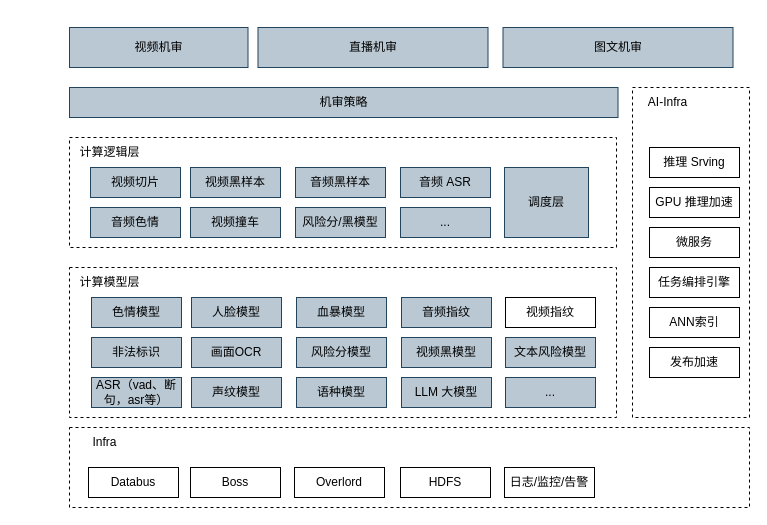
johnsondeng/drawio keeps this draw.io diagram as 机审架构抽象.drawio. Above is the earlier version. Source tidied: cells renumbered, new cells numbered last; positions are measured from the earlier drawing's top-left corner, leaving out a move shared by most shapes. Both pictures are drawn from the tidied source at 100%, with x=0, y=0 at pixel (69, 27).
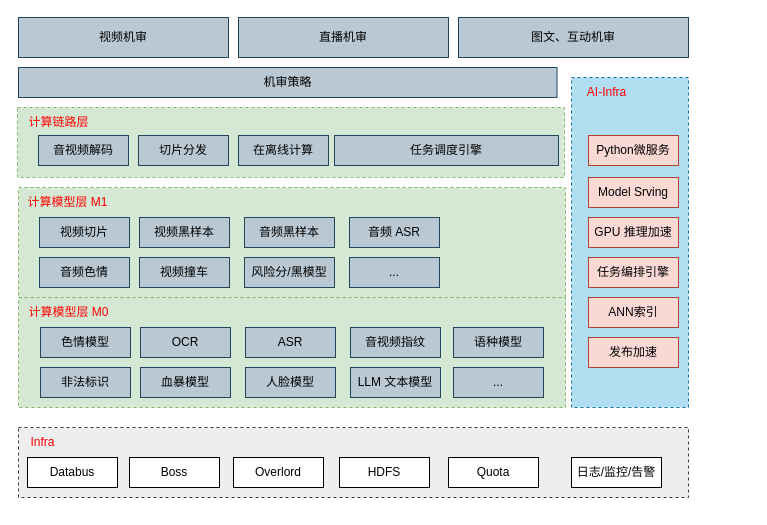
After the change.

Commit message:
更新机审架构抽象.drawio

Diff of the diagram source:
```diff
@@
+    <mxCell id="49" style="rounded=0;whiteSpace=wrap;html=1;dashed=1;fillColor=#d5e8d4;strokeColor=#82b366;" parent="1" vertex="1">
+      <mxGeometry x="-52" y="80" width="547" height="70" as="geometry" />
+    </mxCell>
-    <mxCell id="2" style="rounded=0;whiteSpace=wrap;html=1;dashed=1;" parent="1" vertex="1">
-      <mxGeometry x="563" y="60" width="117" height="330" as="geometry" />
+    <mxCell id="2" style="rounded=0;whiteSpace=wrap;html=1;dashed=1;fillColor=#b1ddf0;strokeColor=#10739e;" parent="1" vertex="1">
+      <mxGeometry x="502" y="50" width="117" height="330" as="geometry" />
     </mxCell>
-    <mxCell id="3" style="rounded=0;whiteSpace=wrap;html=1;dashed=1;" parent="1" vertex="1">
-      <mxGeometry y="110" width="547" height="110" as="geometry" />
+    <mxCell id="3" style="rounded=0;whiteSpace=wrap;html=1;dashed=1;labelBackgroundColor=default;fillColor=#d5e8d4;strokeColor=#82b366;" parent="1" vertex="1">
+      <mxGeometry x="-51" y="160" width="547" height="110" as="geometry" />
     </mxCell>
-    <mxCell id="4" style="rounded=0;whiteSpace=wrap;html=1;dashed=1;" parent="1" vertex="1">
-      <mxGeometry y="240" width="547" height="150" as="geometry" />
+    <mxCell id="4" style="rounded=0;whiteSpace=wrap;html=1;dashed=1;labelBackgroundColor=default;fillColor=#d5e8d4;strokeColor=#82b366;" parent="1" vertex="1">
+      <mxGeometry x="-51" y="270" width="547" height="110" as="geometry" />
     </mxCell>
-    <mxCell id="5" style="rounded=0;whiteSpace=wrap;html=1;dashed=1;" parent="1" vertex="1">
-      <mxGeometry y="400" width="680" height="80" as="geometry" />
+    <mxCell id="5" style="rounded=0;whiteSpace=wrap;html=1;dashed=1;fillColor=#eeeeee;strokeColor=#36393d;" parent="1" vertex="1">
+      <mxGeometry x="-51" y="400" width="670" height="70" as="geometry" />
     </mxCell>
     <mxCell id="6" value="视频机审" style="rounded=0;whiteSpace=wrap;html=1;fillColor=#bac8d3;strokeColor=#23445d;" parent="1" vertex="1">
-      <mxGeometry width="178.5" height="40" as="geometry" />
+      <mxGeometry x="-51" y="-10" width="210" height="40" as="geometry" />
     </mxCell>
     <mxCell id="7" value="直播机审" style="rounded=0;whiteSpace=wrap;html=1;fillColor=#bac8d3;strokeColor=#23445d;" parent="1" vertex="1">
-      <mxGeometry x="188.5" width="230" height="40" as="geometry" />
+      <mxGeometry x="169" y="-10" width="210" height="40" as="geometry" />
     </mxCell>
-    <mxCell id="8" value="图文机审" style="rounded=0;whiteSpace=wrap;html=1;fillColor=#bac8d3;strokeColor=#23445d;" parent="1" vertex="1">
-      <mxGeometry x="433.5" width="230" height="40" as="geometry" />
+    <mxCell id="8" value="图文、互动机审" style="rounded=0;whiteSpace=wrap;html=1;fillColor=#bac8d3;strokeColor=#23445d;" parent="1" vertex="1">
+      <mxGeometry x="389" y="-10" width="230" height="40" as="geometry" />
     </mxCell>
     <mxCell id="9" value="视频切片" style="rounded=0;whiteSpace=wrap;html=1;fillColor=#bac8d3;strokeColor=#23445d;" parent="1" vertex="1">
-      <mxGeometry x="21" y="140" width="90" height="30" as="geometry" />
+      <mxGeometry x="-30" y="190" width="90" height="30" as="geometry" />
     </mxCell>
     <mxCell id="10" value="视频黑样本" style="rounded=0;whiteSpace=wrap;html=1;fillColor=#bac8d3;strokeColor=#23445d;" parent="1" vertex="1">
-      <mxGeometry x="121" y="140" width="90" height="30" as="geometry" />
+      <mxGeometry x="70" y="190" width="90" height="30" as="geometry" />
     </mxCell>
     <mxCell id="11" value="音频黑样本" style="rounded=0;whiteSpace=wrap;html=1;fillColor=#bac8d3;strokeColor=#23445d;" parent="1" vertex="1">
-      <mxGeometry x="226" y="140" width="90" height="30" as="geometry" />
+      <mxGeometry x="175" y="190" width="90" height="30" as="geometry" />
     </mxCell>
     <mxCell id="12" value="音频 ASR" style="rounded=0;whiteSpace=wrap;html=1;fillColor=#bac8d3;strokeColor=#23445d;" parent="1" vertex="1">
-      <mxGeometry x="331" y="140" width="90" height="30" as="geometry" />
+      <mxGeometry x="280" y="190" width="90" height="30" as="geometry" />
     </mxCell>
     <mxCell id="13" value="音频色情" style="rounded=0;whiteSpace=wrap;html=1;fillColor=#bac8d3;strokeColor=#23445d;" parent="1" vertex="1">
-      <mxGeometry x="21" y="180" width="90" height="30" as="geometry" />
+      <mxGeometry x="-30" y="230" width="90" height="30" as="geometry" />
     </mxCell>
     <mxCell id="14" value="视频撞车" style="rounded=0;whiteSpace=wrap;html=1;fillColor=#bac8d3;strokeColor=#23445d;" parent="1" vertex="1">
-      <mxGeometry x="121" y="180" width="90" height="30" as="geometry" />
+      <mxGeometry x="70" y="230" width="90" height="30" as="geometry" />
     </mxCell>
     <mxCell id="15" value="风险分/黑模型" style="rounded=0;whiteSpace=wrap;html=1;fillColor=#bac8d3;strokeColor=#23445d;" parent="1" vertex="1">
-      <mxGeometry x="226" y="180" width="90" height="30" as="geometry" />
+      <mxGeometry x="175" y="230" width="90" height="30" as="geometry" />
     </mxCell>
     <mxCell id="16" value="机审策略" style="rounded=0;whiteSpace=wrap;html=1;fillColor=#bac8d3;strokeColor=#23445d;" parent="1" vertex="1">
-      <mxGeometry y="60" width="548.5" height="30" as="geometry" />
+      <mxGeometry x="-51" y="40" width="538.5" height="30" as="geometry" />
     </mxCell>
     <mxCell id="17" value="色情模型" style="rounded=0;whiteSpace=wrap;html=1;fillColor=#bac8d3;strokeColor=#23445d;" parent="1" vertex="1">
-      <mxGeometry x="22" y="270" width="90" height="30" as="geometry" />
+      <mxGeometry x="-29" y="300" width="90" height="30" as="geometry" />
     </mxCell>
     <mxCell id="18" value="人脸模型" style="rounded=0;whiteSpace=wrap;html=1;fillColor=#bac8d3;strokeColor=#23445d;" parent="1" vertex="1">
-      <mxGeometry x="122" y="270" width="90" height="30" as="geometry" />
+      <mxGeometry x="176" y="340" width="90" height="30" as="geometry" />
     </mxCell>
     <mxCell id="19" value="血暴模型" style="rounded=0;whiteSpace=wrap;html=1;fillColor=#bac8d3;strokeColor=#23445d;" parent="1" vertex="1">
-      <mxGeometry x="227" y="270" width="90" height="30" as="geometry" />
+      <mxGeometry x="71" y="340" width="90" height="30" as="geometry" />
     </mxCell>
-    <mxCell id="20" value="音频指纹" style="rounded=0;whiteSpace=wrap;html=1;fillColor=#bac8d3;strokeColor=#23445d;" parent="1" vertex="1">
-      <mxGeometry x="332" y="270" width="90" height="30" as="geometry" />
+    <mxCell id="20" value="音视频指纹" style="rounded=0;whiteSpace=wrap;html=1;fillColor=#bac8d3;strokeColor=#23445d;" parent="1" vertex="1">
+      <mxGeometry x="281" y="300" width="90" height="30" as="geometry" />
     </mxCell>
-    <mxCell id="21" value="视频指纹" style="rounded=0;whiteSpace=wrap;html=1;" parent="1" vertex="1">
-      <mxGeometry x="436" y="270" width="90" height="30" as="geometry" />
-    </mxCell>
     <mxCell id="22" value="非法标识" style="rounded=0;whiteSpace=wrap;html=1;fillColor=#bac8d3;strokeColor=#23445d;" parent="1" vertex="1">
-      <mxGeometry x="22" y="310" width="90" height="30" as="geometry" />
+      <mxGeometry x="-29" y="340" width="90" height="30" as="geometry" />
     </mxCell>
-    <mxCell id="23" value="画面OCR" style="rounded=0;whiteSpace=wrap;html=1;fillColor=#bac8d3;strokeColor=#23445d;" parent="1" vertex="1">
-      <mxGeometry x="122" y="310" width="90" height="30" as="geometry" />
+    <mxCell id="23" value="OCR" style="rounded=0;whiteSpace=wrap;html=1;fillColor=#bac8d3;strokeColor=#23445d;" parent="1" vertex="1">
+      <mxGeometry x="71" y="300" width="90" height="30" as="geometry" />
     </mxCell>
-    <mxCell id="24" value="ASR（vad、断句，asr等）" style="rounded=0;whiteSpace=wrap;html=1;fillColor=#bac8d3;strokeColor=#23445d;" parent="1" vertex="1">
-      <mxGeometry x="22" y="350" width="90" height="30" as="geometry" />
+    <mxCell id="24" value="ASR" style="rounded=0;whiteSpace=wrap;html=1;fillColor=#bac8d3;strokeColor=#23445d;" parent="1" vertex="1">
+      <mxGeometry x="176" y="300" width="90" height="30" as="geometry" />
     </mxCell>
-    <mxCell id="25" value="风险分模型" style="rounded=0;whiteSpace=wrap;html=1;fillColor=#bac8d3;strokeColor=#23445d;" parent="1" vertex="1">
-      <mxGeometry x="227" y="310" width="90" height="30" as="geometry" />
-    </mxCell>
-    <mxCell id="26" value="视频黑模型" style="rounded=0;whiteSpace=wrap;html=1;fillColor=#bac8d3;strokeColor=#23445d;" parent="1" vertex="1">
-      <mxGeometry x="332" y="310" width="90" height="30" as="geometry" />
-    </mxCell>
-    <mxCell id="27" value="文本风险模型" style="rounded=0;whiteSpace=wrap;html=1;fillColor=#bac8d3;strokeColor=#23445d;" parent="1" vertex="1">
-      <mxGeometry x="436" y="310" width="90" height="30" as="geometry" />
-    </mxCell>
-    <mxCell id="28" value="声纹模型" style="rounded=0;whiteSpace=wrap;html=1;fillColor=#bac8d3;strokeColor=#23445d;" parent="1" vertex="1">
-      <mxGeometry x="122" y="350" width="90" height="30" as="geometry" />
-    </mxCell>
     <mxCell id="29" value="语种模型" style="rounded=0;whiteSpace=wrap;html=1;fillColor=#bac8d3;strokeColor=#23445d;" parent="1" vertex="1">
-      <mxGeometry x="227" y="350" width="90" height="30" as="geometry" />
+      <mxGeometry x="384" y="300" width="90" height="30" as="geometry" />
     </mxCell>
-    <mxCell id="30" value="LLM 大模型" style="rounded=0;whiteSpace=wrap;html=1;fillColor=#bac8d3;strokeColor=#23445d;" parent="1" vertex="1">
-      <mxGeometry x="332" y="350" width="90" height="30" as="geometry" />
+    <mxCell id="30" value="LLM 文本模型" style="rounded=0;whiteSpace=wrap;html=1;fillColor=#bac8d3;strokeColor=#23445d;" parent="1" vertex="1">
+      <mxGeometry x="281" y="340" width="90" height="30" as="geometry" />
     </mxCell>
     <mxCell id="31" value="..." style="rounded=0;whiteSpace=wrap;html=1;fillColor=#bac8d3;strokeColor=#23445d;" parent="1" vertex="1">
-      <mxGeometry x="436" y="350" width="90" height="30" as="geometry" />
+      <mxGeometry x="384" y="340" width="90" height="30" as="geometry" />
     </mxCell>
     <mxCell id="32" value="..." style="rounded=0;whiteSpace=wrap;html=1;fillColor=#bac8d3;strokeColor=#23445d;" parent="1" vertex="1">
-      <mxGeometry x="331" y="180" width="90" height="30" as="geometry" />
+      <mxGeometry x="280" y="230" width="90" height="30" as="geometry" />
     </mxCell>
-    <mxCell id="33" value="调度层" style="rounded=0;whiteSpace=wrap;html=1;fillColor=#bac8d3;strokeColor=#23445d;" parent="1" vertex="1">
-      <mxGeometry x="435" y="140" width="84" height="70" as="geometry" />
-    </mxCell>
-    <mxCell id="34" value="GPU 推理加速" style="rounded=0;whiteSpace=wrap;html=1;" parent="1" vertex="1">
-      <mxGeometry x="580" y="160" width="90" height="30" as="geometry" />
+    <mxCell id="34" value="GPU 推理加速" style="rounded=0;whiteSpace=wrap;html=1;fillColor=#fad9d5;strokeColor=#ae4132;" parent="1" vertex="1">
+      <mxGeometry x="519" y="190" width="90" height="30" as="geometry" />
     </mxCell>
-    <mxCell id="35" value="微服务" style="rounded=0;whiteSpace=wrap;html=1;" parent="1" vertex="1">
-      <mxGeometry x="580" y="200" width="90" height="30" as="geometry" />
+    <mxCell id="35" value="Python微服务" style="rounded=0;whiteSpace=wrap;html=1;fillColor=#fad9d5;strokeColor=#ae4132;" parent="1" vertex="1">
+      <mxGeometry x="519" y="108" width="90" height="30" as="geometry" />
     </mxCell>
-    <mxCell id="36" value="推理 Srving" style="rounded=0;whiteSpace=wrap;html=1;" parent="1" vertex="1">
-      <mxGeometry x="580" y="120" width="90" height="30" as="geometry" />
+    <mxCell id="36" value="Model Srving" style="rounded=0;whiteSpace=wrap;html=1;fillColor=#fad9d5;strokeColor=#ae4132;" parent="1" vertex="1">
+      <mxGeometry x="519" y="150" width="90" height="30" as="geometry" />
     </mxCell>
-    <mxCell id="37" value="任务编排引擎" style="rounded=0;whiteSpace=wrap;html=1;" parent="1" vertex="1">
-      <mxGeometry x="580" y="240" width="90" height="30" as="geometry" />
+    <mxCell id="37" value="任务编排引擎" style="rounded=0;whiteSpace=wrap;html=1;fillColor=#fad9d5;strokeColor=#ae4132;" parent="1" vertex="1">
+      <mxGeometry x="519" y="230" width="90" height="30" as="geometry" />
     </mxCell>
-    <mxCell id="38" value="ANN索引" style="rounded=0;whiteSpace=wrap;html=1;" parent="1" vertex="1">
-      <mxGeometry x="580" y="280" width="90" height="30" as="geometry" />
+    <mxCell id="38" value="ANN索引" style="rounded=0;whiteSpace=wrap;html=1;fillColor=#fad9d5;strokeColor=#ae4132;" parent="1" vertex="1">
+      <mxGeometry x="519" y="270" width="90" height="30" as="geometry" />
     </mxCell>
-    <mxCell id="39" value="发布加速" style="rounded=0;whiteSpace=wrap;html=1;" parent="1" vertex="1">
-      <mxGeometry x="580" y="320" width="90" height="30" as="geometry" />
+    <mxCell id="39" value="发布加速" style="rounded=0;whiteSpace=wrap;html=1;fillColor=#fad9d5;strokeColor=#ae4132;" parent="1" vertex="1">
+      <mxGeometry x="519" y="310" width="90" height="30" as="geometry" />
     </mxCell>
     <mxCell id="40" value="Databus" style="rounded=0;whiteSpace=wrap;html=1;" parent="1" vertex="1">
-      <mxGeometry x="19" y="440" width="90" height="30" as="geometry" />
+      <mxGeometry x="-42" y="430" width="90" height="30" as="geometry" />
     </mxCell>
     <mxCell id="41" value="Boss" style="rounded=0;whiteSpace=wrap;html=1;" parent="1" vertex="1">
-      <mxGeometry x="121" y="440" width="90" height="30" as="geometry" />
+      <mxGeometry x="60" y="430" width="90" height="30" as="geometry" />
     </mxCell>
     <mxCell id="42" value="Overlord" style="rounded=0;whiteSpace=wrap;html=1;" parent="1" vertex="1">
-      <mxGeometry x="225" y="440" width="90" height="30" as="geometry" />
+      <mxGeometry x="164" y="430" width="90" height="30" as="geometry" />
     </mxCell>
     <mxCell id="43" value="HDFS" style="rounded=0;whiteSpace=wrap;html=1;" parent="1" vertex="1">
-      <mxGeometry x="331" y="440" width="90" height="30" as="geometry" />
+      <mxGeometry x="270" y="430" width="90" height="30" as="geometry" />
     </mxCell>
     <mxCell id="44" value="日志/监控/告警" style="rounded=0;whiteSpace=wrap;html=1;" parent="1" vertex="1">
-      <mxGeometry x="435" y="440" width="90" height="30" as="geometry" />
+      <mxGeometry x="502" y="430" width="90" height="30" as="geometry" />
     </mxCell>
-    <mxCell id="45" value="计算逻辑层" style="text;html=1;align=center;verticalAlign=middle;strokeColor=none;fillColor=none;" parent="1" vertex="1">
-      <mxGeometry y="110" width="80" height="30" as="geometry" />
+    <mxCell id="45" value="计算模型层 M1" style="text;html=1;align=center;verticalAlign=middle;strokeColor=none;fillColor=none;fontStyle=0;fontColor=#FF0000;" parent="1" vertex="1">
+      <mxGeometry x="-52" y="160" width="100" height="30" as="geometry" />
     </mxCell>
-    <mxCell id="46" value="计算模型层" style="text;html=1;align=center;verticalAlign=middle;strokeColor=none;fillColor=none;" parent="1" vertex="1">
-      <mxGeometry y="240" width="80" height="30" as="geometry" />
+    <mxCell id="46" value="计算模型层 M0" style="text;html=1;align=center;verticalAlign=middle;strokeColor=none;fillColor=none;fontStyle=0;fontColor=#FF0000;" parent="1" vertex="1">
+      <mxGeometry x="-51" y="270" width="100" height="30" as="geometry" />
     </mxCell>
-    <mxCell id="47" value="AI-Infra" style="text;html=1;align=center;verticalAlign=middle;strokeColor=none;fillColor=none;" parent="1" vertex="1">
-      <mxGeometry x="568" y="60" width="60" height="30" as="geometry" />
+    <mxCell id="47" value="AI-Infra" style="text;html=1;align=center;verticalAlign=middle;strokeColor=none;fillColor=none;fontStyle=0;fontColor=#FF0000;" parent="1" vertex="1">
+      <mxGeometry x="507" y="50" width="60" height="30" as="geometry" />
     </mxCell>
-    <mxCell id="48" value="Infra" style="text;html=1;align=center;verticalAlign=middle;strokeColor=none;fillColor=none;" parent="1" vertex="1">
-      <mxGeometry x="10" y="400" width="50" height="30" as="geometry" />
+    <mxCell id="48" value="Infra" style="text;html=1;align=center;verticalAlign=middle;strokeColor=none;fillColor=none;fontStyle=0;fontColor=#FF0000;" parent="1" vertex="1">
+      <mxGeometry x="-52" y="400" width="50" height="30" as="geometry" />
     </mxCell>
+    <mxCell id="50" value="音视频解码" style="rounded=0;whiteSpace=wrap;html=1;fillColor=#bac8d3;strokeColor=#23445d;" parent="1" vertex="1">
+      <mxGeometry x="-31" y="108" width="90" height="30" as="geometry" />
+    </mxCell>
+    <mxCell id="51" value="切片分发" style="rounded=0;whiteSpace=wrap;html=1;fillColor=#bac8d3;strokeColor=#23445d;" parent="1" vertex="1">
+      <mxGeometry x="69" y="108" width="90" height="30" as="geometry" />
+    </mxCell>
+    <mxCell id="52" value="在离线计算" style="rounded=0;whiteSpace=wrap;html=1;fillColor=#bac8d3;strokeColor=#23445d;" parent="1" vertex="1">
+      <mxGeometry x="169" y="108" width="90" height="30" as="geometry" />
+    </mxCell>
+    <mxCell id="53" value="任务调度引擎" style="rounded=0;whiteSpace=wrap;html=1;fillColor=#bac8d3;strokeColor=#23445d;" parent="1" vertex="1">
+      <mxGeometry x="265" y="108" width="224" height="30" as="geometry" />
+    </mxCell>
+    <mxCell id="54" value="Quota" style="rounded=0;whiteSpace=wrap;html=1;" parent="1" vertex="1">
+      <mxGeometry x="379" y="430" width="90" height="30" as="geometry" />
+    </mxCell>
+    <mxCell id="55" value="计算链路层" style="text;html=1;align=center;verticalAlign=middle;strokeColor=none;fillColor=none;fontStyle=0;fontColor=#FF0000;" parent="1" vertex="1">
+      <mxGeometry x="-51" y="80" width="80" height="30" as="geometry" />
+    </mxCell>
```
